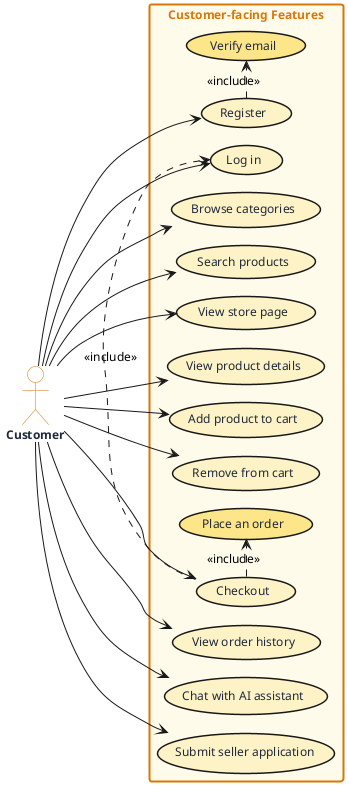
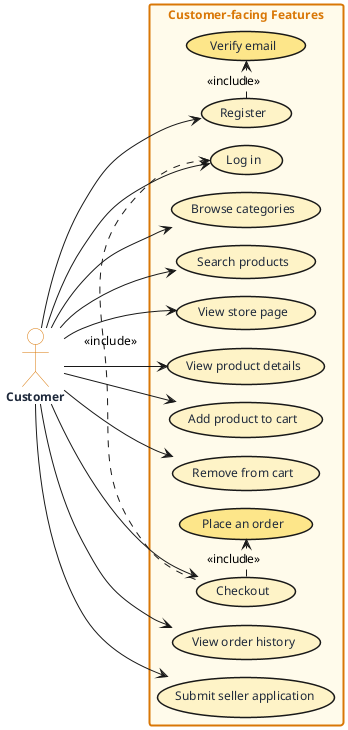
- @startuml
+ @startuml uc-customer
!pragma layout smetana

skinparam defaultFontName Helvetica
skinparam defaultFontSize 12
skinparam backgroundColor #FFFFFF

skinparam actor {
  BackgroundColor #FFFFFF
  BorderColor #D97706
  FontColor #1E293B
  FontStyle bold
}
skinparam usecase {
  BorderThickness 1.5
  FontColor #1E293B
}
skinparam rectangle {
  BackgroundColor #FFFBEB
  BorderColor #D97706
  BorderThickness 2
  FontColor #D97706
  FontStyle bold
}

left to right direction

actor Customer #FFFFFF

rectangle "Customer-facing Features" {
  (Register)                  as UC1  #FEF3C7
  (Verify email)              as UC2  #FDE68A
  (Log in)                    as UC3  #FEF3C7
  (Browse categories)         as UC4  #FEF3C7
  (Search products)           as UC5  #FEF3C7
  (View store page)           as UC6  #FEF3C7
  (View product details)      as UC7  #FEF3C7
  (Add product to cart)       as UC8  #FEF3C7
  (Remove from cart)          as UC9  #FEF3C7
  (Checkout)                  as UC10 #FEF3C7
  (Place an order)            as UC11 #FDE68A
  (View order history)        as UC12 #FEF3C7
-   (Chat with AI assistant)    as UC13 #FEF3C7
-   (Submit seller application) as UC14 #FEF3C7
+   (Submit seller application) as UC13 #FEF3C7
}

Customer --> UC1
Customer --> UC3
Customer --> UC4
Customer --> UC5
Customer --> UC6
Customer --> UC7
Customer --> UC8
Customer --> UC9
Customer --> UC10
Customer --> UC12
Customer --> UC13
- Customer --> UC14

UC1  .> UC2  : <<include>>
UC10 .> UC11 : <<include>>
UC10 .> UC3  : <<include>>

@enduml
